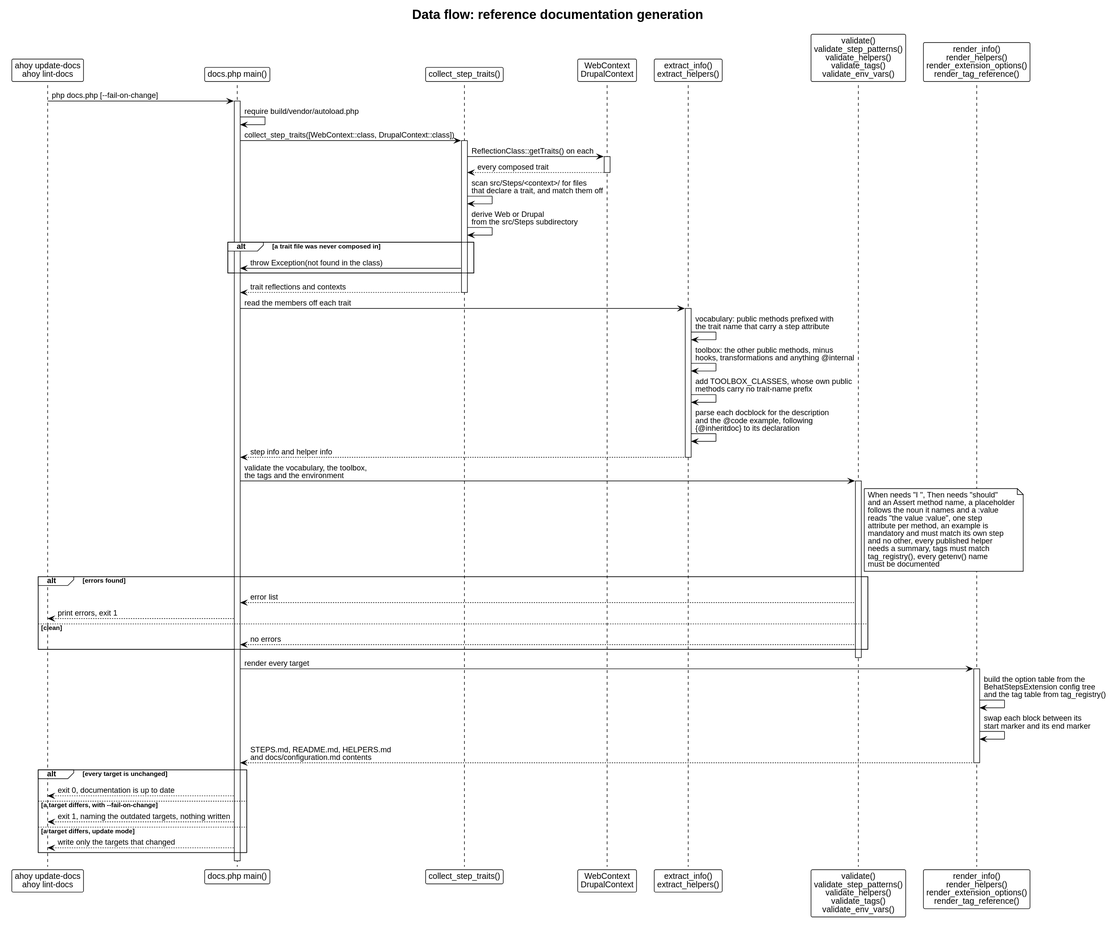
This is docs/architecture/dataflow-docs.svg from drevops/behat-steps, a PlantUML export, as it was before one commit.
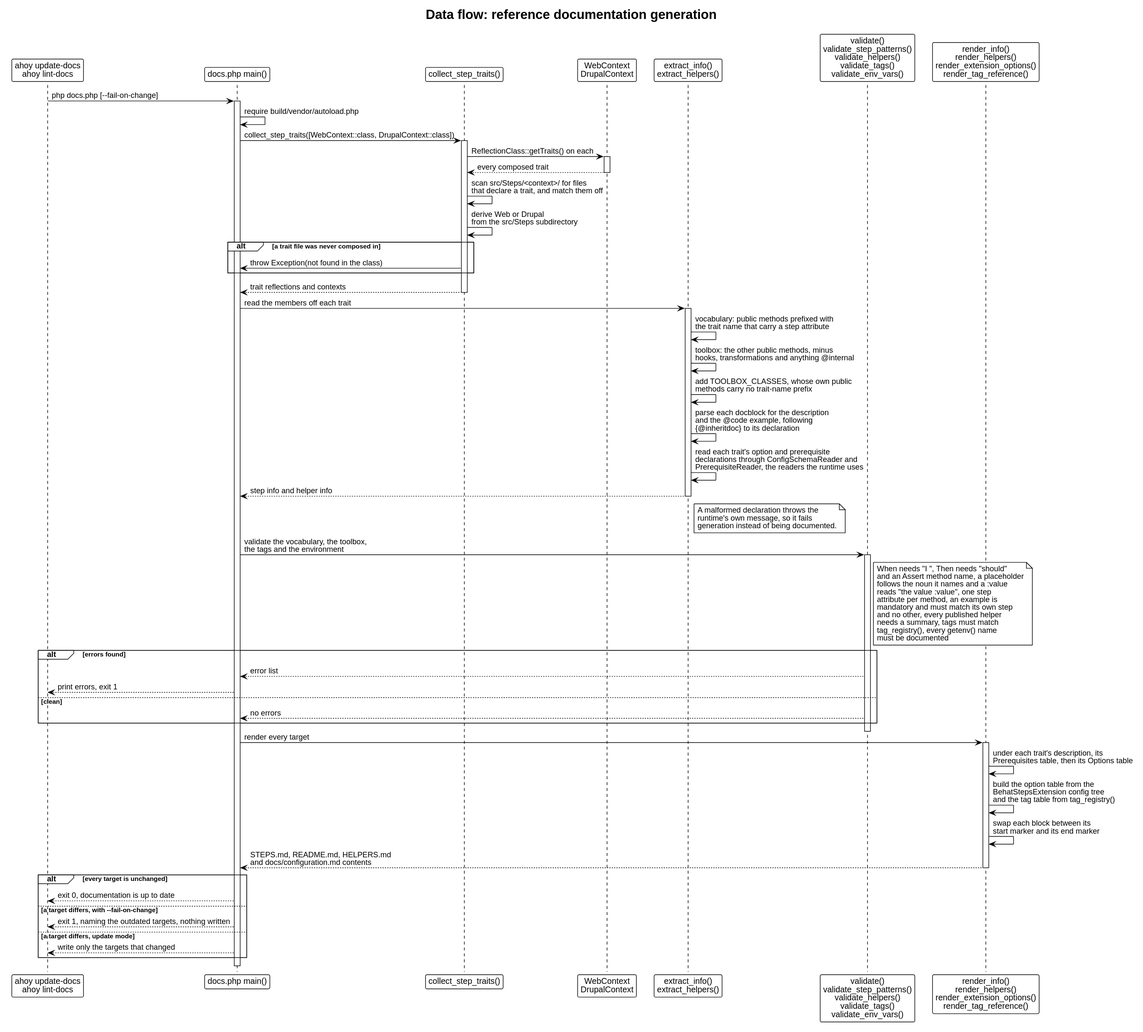
After the commit.

Commit message:
[#886] Traced the prerequisite checks into the architecture docs, and fixed the stale host counts and duplicated classes in the context diagram.

What changed in the source:
```diff
@@ -38,7 +38,13 @@
 Extract -> Extract: toolbox: the other public methods, minus\nhooks, transformations and anything @internal
 Extract -> Extract: add TOOLBOX_CLASSES, whose own public\nmethods carry no trait-name prefix
 Extract -> Extract: parse each docblock for the description\nand the @code example, following\n{@inheritdoc} to its declaration
+Extract -> Extract: read each trait's option and prerequisite\ndeclarations through ConfigSchemaReader and\nPrerequisiteReader, the readers the runtime uses
 Extract --> Main: step info and helper info
+note right of Extract
+  A malformed declaration throws the
+  runtime's own message, so it fails
+  generation instead of being documented.
+end note
 deactivate Extract
 
 Main -> Validate: validate the vocabulary, the toolbox,\nthe tags and the environment
@@ -65,6 +71,7 @@
 
 Main -> Render: render every target
 activate Render
+Render -> Render: under each trait's description, its\nPrerequisites table, then its Options table
 Render -> Render: build the option table from the\nBehatStepsExtension config tree\nand the tag table from tag_registry()
 Render -> Render: swap each block between its\nstart marker and its end marker
 Render --> Main: STEPS.md, README.md, HELPERS.md\nand docs/configuration.md contents
```
